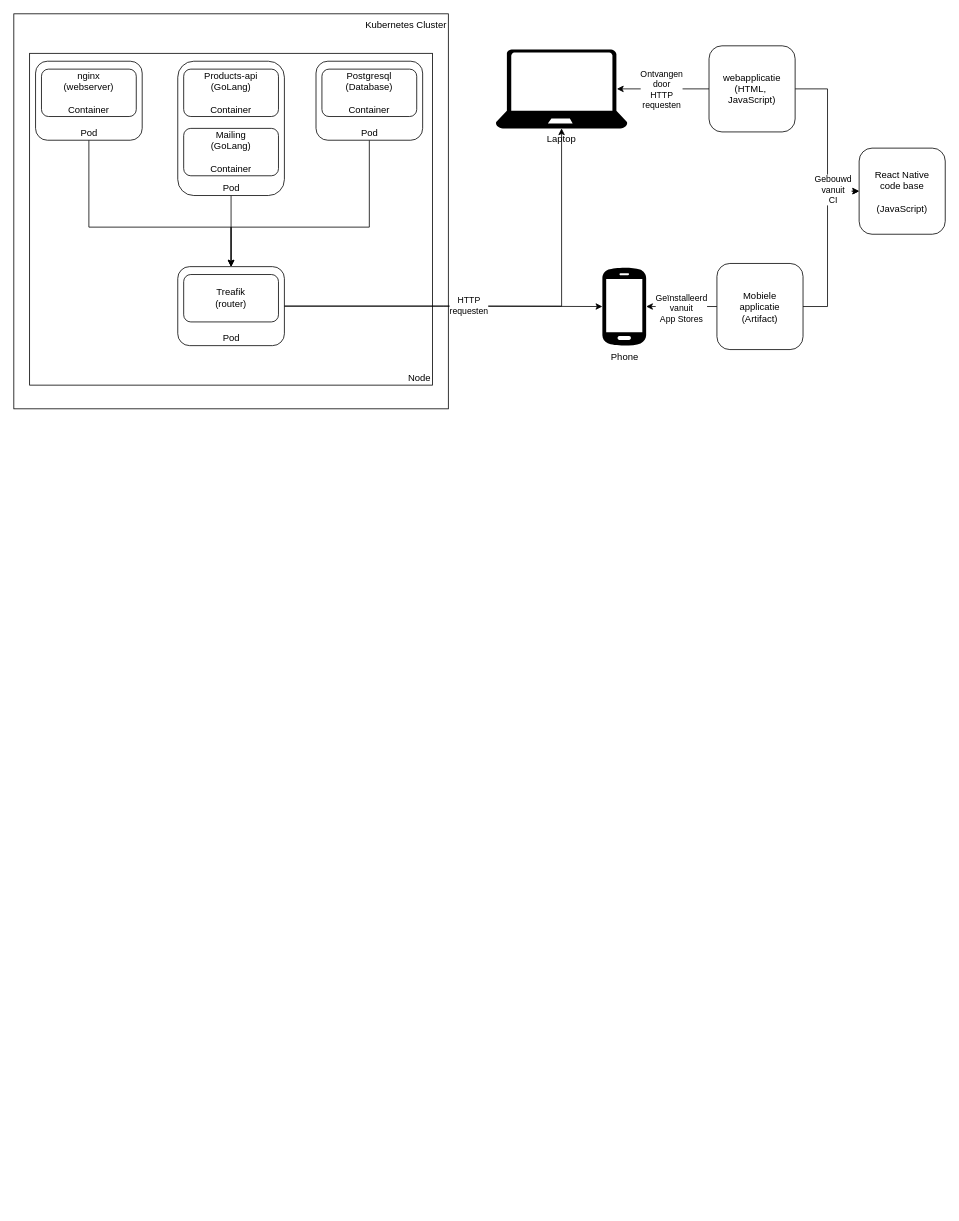
Before: page "Page-10" (10 of 10) of cli app.drawio in luukvankooten/draw.io, a draw.io diagram. Source tidied: cells renumbered, new cells numbered last; positions are measured from the earlier drawing's top-left corner, leaving out a move shared by most shapes. Both pictures are drawn from the tidied source at 79%, with x=0, y=0 at pixel (13, 13).
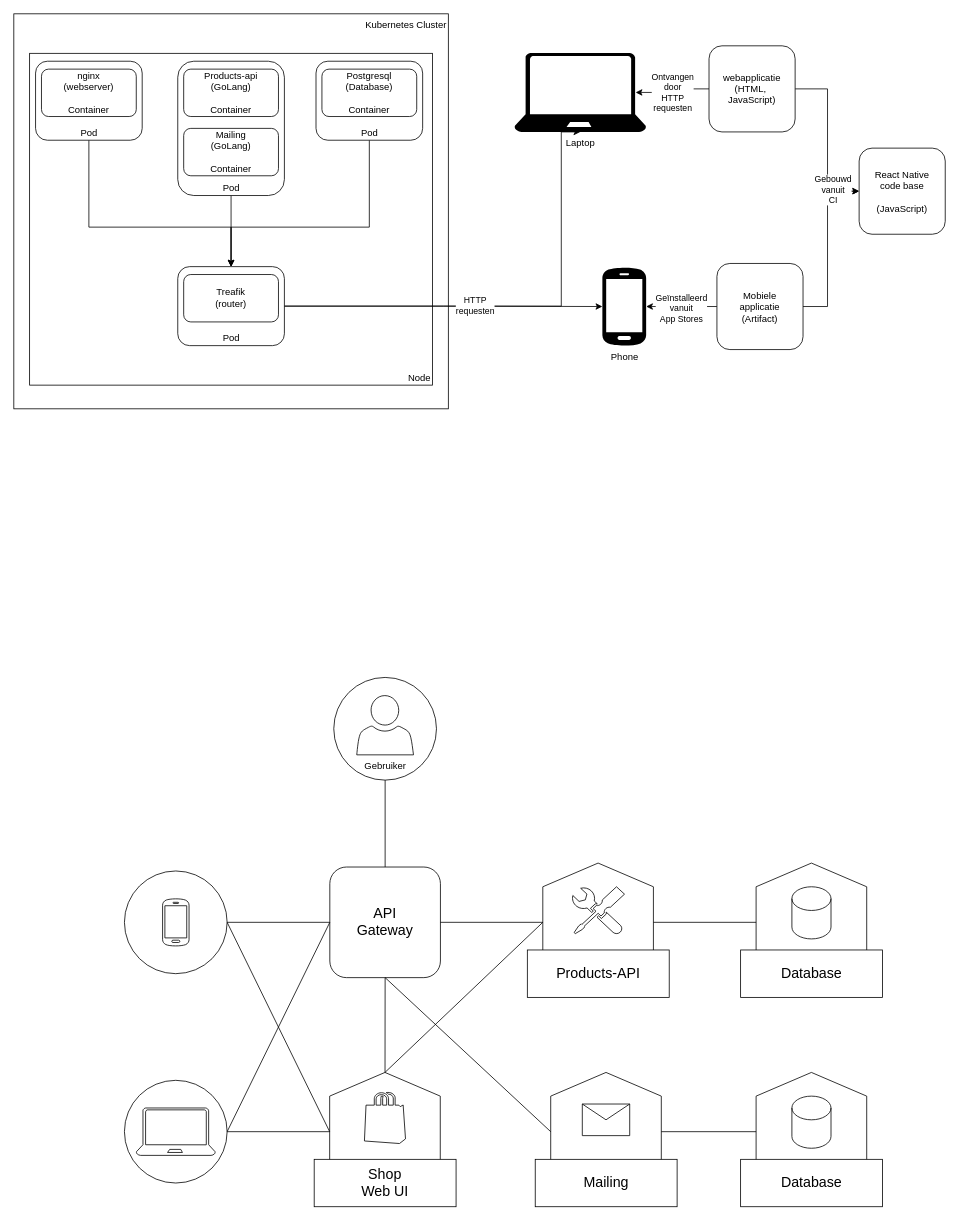
After the change.

What changed in the source:
```diff
@@
+    <mxCell id="31" style="rounded=0;jettySize=auto;html=1;entryX=0.5;entryY=1;entryDx=0;entryDy=0;endArrow=none;endFill=0;exitX=0;exitY=0.5;exitDx=0;exitDy=0;" parent="1" edge="1" source="53" target="44">
+      <mxGeometry relative="1" as="geometry" />
+    </mxCell>
@@
     <mxCell id="20" value="&lt;div&gt;Laptop&lt;/div&gt;" style="verticalLabelPosition=bottom;html=1;verticalAlign=top;align=center;strokeColor=none;fillColor=#000000;shape=mxgraph.azure.laptop;" parent="1" vertex="1">
-      <mxGeometry x="610" y="45" width="166.7" height="100" as="geometry" />
+      <mxGeometry x="633.7" y="49.5" width="166.7" height="100" as="geometry" />
     </mxCell>
@@
+    <mxCell id="32" style="group;" parent="1" vertex="1">
+      <mxGeometry x="140" y="1350" width="130" height="130" as="geometry" />
+    </mxCell>
+    <mxCell id="33" style="ellipse;whiteSpace=wrap;html=1;fillColor=none;" parent="32" vertex="1">
+      <mxGeometry width="130" height="130" as="geometry" />
+    </mxCell>
+    <mxCell id="34" style="verticalLabelPosition=bottom;html=1;verticalAlign=top;align=center;strokeColor=default;fillColor=none;shape=mxgraph.azure.laptop;" parent="32" vertex="1">
+      <mxGeometry x="15" y="35" width="100" height="60" as="geometry" />
+    </mxCell>
+    <mxCell id="35" style="group;" parent="1" vertex="1">
+      <mxGeometry x="140" y="1085" width="130" height="130" as="geometry" />
+    </mxCell>
+    <mxCell id="36" style="ellipse;whiteSpace=wrap;html=1;fillColor=none;" parent="35" vertex="1">
+      <mxGeometry width="130" height="130" as="geometry" />
+    </mxCell>
+    <mxCell id="37" style="group;" parent="35" vertex="1">
+      <mxGeometry width="130" height="130" as="geometry" />
+    </mxCell>
+    <mxCell id="38" style="sketch=0;shadow=0;dashed=0;html=1;strokeColor=default;fillColor=none;labelPosition=center;verticalLabelPosition=bottom;verticalAlign=top;align=center;shape=mxgraph.office.devices.cell_phone_android_proportional;" parent="37" vertex="1">
+      <mxGeometry x="48.3" y="34.5" width="33.5" height="61" as="geometry" />
+    </mxCell>
+    <mxCell id="39" style="rounded=0;jettySize=auto;html=1;entryX=0.5;entryY=1;entryDx=0;entryDy=0;endArrow=none;endFill=0;" parent="1" edge="1" source="40" target="44">
+      <mxGeometry relative="1" as="geometry" />
+    </mxCell>
+    <mxCell id="40" value="&lt;div style=&quot;font-size: 18px;&quot;&gt;&lt;font style=&quot;font-size: 18px;&quot;&gt;API&lt;/font&gt;&lt;/div&gt;&lt;div style=&quot;font-size: 18px;&quot;&gt;&lt;font style=&quot;font-size: 18px;&quot;&gt;Gateway&lt;font style=&quot;font-size: 18px;&quot;&gt;&lt;br&gt;&lt;/font&gt;&lt;/font&gt;&lt;/div&gt;" style="rounded=1;whiteSpace=wrap;html=1;fillColor=none;" parent="1" vertex="1">
+      <mxGeometry x="400" y="1080" width="140" height="140" as="geometry" />
+    </mxCell>
+    <mxCell id="41" style="rounded=0;jettySize=auto;html=1;entryX=0;entryY=0.5;entryDx=0;entryDy=0;endArrow=none;endFill=0;" parent="1" edge="1" source="36" target="40">
+      <mxGeometry relative="1" as="geometry" />
+    </mxCell>
+    <mxCell id="42" style="rounded=0;jettySize=auto;html=1;entryX=0;entryY=0.5;entryDx=0;entryDy=0;endArrow=none;endFill=0;exitX=1;exitY=0.5;exitDx=0;exitDy=0;" parent="1" edge="1" source="33" target="40">
+      <mxGeometry relative="1" as="geometry" />
+    </mxCell>
+    <mxCell id="43" style="group;" parent="1" vertex="1">
+      <mxGeometry x="650" y="1075" width="179.6" height="170" as="geometry" />
+    </mxCell>
+    <mxCell id="44" style="shape=hexagon;perimeter=hexagonPerimeter2;whiteSpace=wrap;html=1;fixedSize=1;rotation=90;size=30;fillColor=none;" parent="43" vertex="1">
+      <mxGeometry x="14.6" y="5" width="150" height="140" as="geometry" />
+    </mxCell>
+    <mxCell id="45" value="&lt;font style=&quot;font-size: 18px;&quot;&gt;Products-API&lt;/font&gt;" style="rounded=0;whiteSpace=wrap;html=1;fillColor=default;" parent="43" vertex="1">
+      <mxGeometry y="110" width="179.6" height="60" as="geometry" />
+    </mxCell>
+    <mxCell id="46" style="sketch=0;shadow=0;dashed=0;html=1;strokeColor=default;labelPosition=center;verticalLabelPosition=bottom;verticalAlign=top;align=center;fillColor=none;shape=mxgraph.mscae.enterprise.tool;" parent="43" vertex="1">
+      <mxGeometry x="56.3" y="30" width="66.7" height="60" as="geometry" />
+    </mxCell>
+    <mxCell id="47" style="edgeStyle=orthogonalEdgeStyle;rounded=0;jettySize=auto;html=1;entryX=0.5;entryY=1;entryDx=0;entryDy=0;endArrow=none;endFill=0;" parent="1" edge="1" source="44" target="49">
+      <mxGeometry relative="1" as="geometry" />
+    </mxCell>
+    <mxCell id="48" style="group;" parent="1" vertex="1">
+      <mxGeometry x="920" y="1075" width="179.6" height="170" as="geometry" />
+    </mxCell>
+    <mxCell id="49" style="shape=hexagon;perimeter=hexagonPerimeter2;whiteSpace=wrap;html=1;fixedSize=1;rotation=90;size=30;fillColor=none;" parent="48" vertex="1">
+      <mxGeometry x="14.6" y="5" width="150" height="140" as="geometry" />
+    </mxCell>
+    <mxCell id="50" style="shape=cylinder3;whiteSpace=wrap;html=1;boundedLbl=1;backgroundOutline=1;size=15;fillColor=none;" parent="48" vertex="1">
+      <mxGeometry x="64.9" y="30" width="49.5" height="66" as="geometry" />
+    </mxCell>
+    <mxCell id="51" value="&lt;font style=&quot;font-size: 18px;&quot;&gt;Database&lt;/font&gt;" style="rounded=0;whiteSpace=wrap;html=1;" parent="48" vertex="1">
+      <mxGeometry y="110" width="179.6" height="60" as="geometry" />
+    </mxCell>
+    <mxCell id="52" style="group;" parent="1" vertex="1">
+      <mxGeometry x="380.2" y="1340" width="179.6" height="170" as="geometry" />
+    </mxCell>
+    <mxCell id="53" style="shape=hexagon;perimeter=hexagonPerimeter2;whiteSpace=wrap;html=1;fixedSize=1;rotation=90;size=30;fillColor=none;" parent="52" vertex="1">
+      <mxGeometry x="14.6" y="5" width="150" height="140" as="geometry" />
+    </mxCell>
+    <mxCell id="54" value="&lt;div style=&quot;font-size: 18px;&quot;&gt;&lt;font style=&quot;font-size: 18px;&quot;&gt;Shop&lt;/font&gt;&lt;/div&gt;&lt;div style=&quot;font-size: 18px;&quot;&gt;&lt;font style=&quot;font-size: 18px;&quot;&gt;Web UI&lt;/font&gt;&lt;br&gt;&lt;/div&gt;" style="rounded=0;whiteSpace=wrap;html=1;" parent="52" vertex="1">
+      <mxGeometry y="110" width="179.6" height="60" as="geometry" />
+    </mxCell>
+    <mxCell id="55" style="verticalLabelPosition=bottom;html=1;verticalAlign=top;align=center;strokeColor=default;fillColor=none;shape=mxgraph.azure.azure_marketplace;" parent="52" vertex="1">
+      <mxGeometry x="63.6" y="25" width="52" height="65" as="geometry" />
+    </mxCell>
+    <mxCell id="56" style="rounded=0;jettySize=auto;html=1;entryX=0.5;entryY=1;entryDx=0;entryDy=0;strokeColor=default;endArrow=none;endFill=0;" parent="1" edge="1" source="33" target="53">
+      <mxGeometry relative="1" as="geometry" />
+    </mxCell>
+    <mxCell id="57" style="rounded=0;jettySize=auto;html=1;entryX=0.5;entryY=1;entryDx=0;entryDy=0;endArrow=none;endFill=0;" parent="1" edge="1" source="53" target="40">
+      <mxGeometry relative="1" as="geometry" />
+    </mxCell>
+    <mxCell id="58" style="rounded=0;jettySize=auto;html=1;entryX=0.5;entryY=1;entryDx=0;entryDy=0;endArrow=none;endFill=0;" parent="1" edge="1" target="53">
+      <mxGeometry relative="1" as="geometry">
+        <mxPoint x="270" y="1150" as="sourcePoint" />
+      </mxGeometry>
+    </mxCell>
+    <mxCell id="59" style="group;" parent="1" vertex="1">
+      <mxGeometry x="660" y="1340" width="179.6" height="170" as="geometry" />
+    </mxCell>
+    <mxCell id="60" style="shape=hexagon;perimeter=hexagonPerimeter2;whiteSpace=wrap;html=1;fixedSize=1;rotation=90;size=30;fillColor=none;" parent="59" vertex="1">
+      <mxGeometry x="14.6" y="5" width="150" height="140" as="geometry" />
+    </mxCell>
+    <mxCell id="61" value="&lt;font style=&quot;font-size: 18px;&quot;&gt;Mailing&lt;/font&gt;" style="rounded=0;whiteSpace=wrap;html=1;" parent="59" vertex="1">
+      <mxGeometry y="110" width="179.6" height="60" as="geometry" />
+    </mxCell>
+    <mxCell id="62" style="shape=message;html=1;html=1;labelPosition=center;verticalLabelPosition=bottom;align=center;verticalAlign=top;" parent="59" vertex="1">
+      <mxGeometry x="59.6" y="40" width="60" height="40" as="geometry" />
+    </mxCell>
+    <mxCell id="63" style="rounded=0;jettySize=auto;html=1;entryX=0.5;entryY=1;entryDx=0;entryDy=0;endArrow=none;endFill=0;exitX=0.5;exitY=1;exitDx=0;exitDy=0;" parent="1" edge="1" source="60" target="40">
+      <mxGeometry relative="1" as="geometry" />
+    </mxCell>
+    <mxCell id="64" style="group;" parent="1" vertex="1">
+      <mxGeometry x="920" y="1340" width="179.6" height="170" as="geometry" />
+    </mxCell>
+    <mxCell id="65" style="shape=hexagon;perimeter=hexagonPerimeter2;whiteSpace=wrap;html=1;fixedSize=1;rotation=90;size=30;fillColor=none;" parent="64" vertex="1">
+      <mxGeometry x="14.6" y="5" width="150" height="140" as="geometry" />
+    </mxCell>
+    <mxCell id="66" style="shape=cylinder3;whiteSpace=wrap;html=1;boundedLbl=1;backgroundOutline=1;size=15;fillColor=none;" parent="64" vertex="1">
+      <mxGeometry x="64.9" y="30" width="49.5" height="66" as="geometry" />
+    </mxCell>
+    <mxCell id="67" value="&lt;font style=&quot;font-size: 18px;&quot;&gt;Database&lt;/font&gt;" style="rounded=0;whiteSpace=wrap;html=1;" parent="64" vertex="1">
+      <mxGeometry y="110" width="179.6" height="60" as="geometry" />
+    </mxCell>
+    <mxCell id="68" style="edgeStyle=orthogonalEdgeStyle;rounded=0;jettySize=auto;html=1;entryX=0.5;entryY=1;entryDx=0;entryDy=0;endArrow=none;endFill=0;" parent="1" edge="1" source="60" target="65">
+      <mxGeometry relative="1" as="geometry" />
+    </mxCell>
+    <mxCell id="69" style="group;" parent="1" vertex="1">
+      <mxGeometry x="405" y="840" width="130" height="130" as="geometry" />
+    </mxCell>
+    <mxCell id="70" style="ellipse;whiteSpace=wrap;html=1;fillColor=none;" parent="69" vertex="1">
+      <mxGeometry width="130" height="130" as="geometry" />
+    </mxCell>
+    <mxCell id="71" value="Gebruiker" style="sketch=0;shadow=0;dashed=0;html=1;strokeColor=default;fillColor=none;labelPosition=center;verticalLabelPosition=bottom;verticalAlign=top;align=center;shape=mxgraph.office.users.user;" parent="69" vertex="1">
+      <mxGeometry x="29.1" y="23" width="71.8" height="75" as="geometry" />
+    </mxCell>
+    <mxCell id="72" style="edgeStyle=orthogonalEdgeStyle;rounded=0;jettySize=auto;html=1;endArrow=none;endFill=0;" parent="1" edge="1" source="70" target="40">
+      <mxGeometry relative="1" as="geometry" />
+    </mxCell>
```
